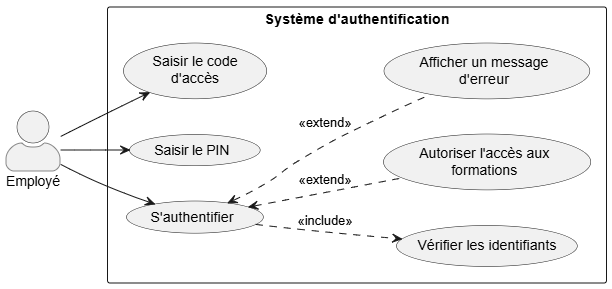
sayenjabo/TynassIt_PFE keeps this PlantUML diagram as images/raffinement_authentification_employe.png. Above is the earlier version. Its source is kept beside it as PUML/raffinement_authentification_employe.puml.
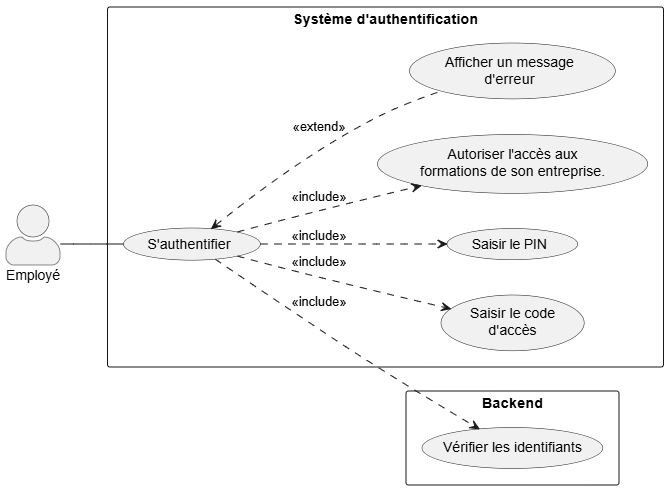
The same diagram one commit later.

What changed in the source:
```diff
@@ -12,16 +12,19 @@
   usecase "Saisir le code\nd'accès" as Code
   usecase "Saisir le PIN" as Pin
   usecase "S'authentifier" as Auth
-  usecase "Vérifier les identifiants" as Verifier
-  usecase "Autoriser l'accès aux\nformations" as Autoriser
+  usecase "Autoriser l'accès aux\nformations de son entreprise." as Autoriser
   usecase "Afficher un message\nd'erreur" as Erreur
 }
 
-Employe --> Auth
-Employe --> Code
-Employe --> Pin
+rectangle "Backend" {
+  usecase "Vérifier les identifiants" as Verifier
+}
+
+Employe -- Auth
 Auth ..> Verifier : <<include>>
-Auth <.. Autoriser : <<extend>>
+Auth ..> Pin : <<include>>
+Auth ..> Code : <<include>>
+Auth ..> Autoriser : <<include>>
 Auth <.. Erreur : <<extend>>
 
 @enduml
```
